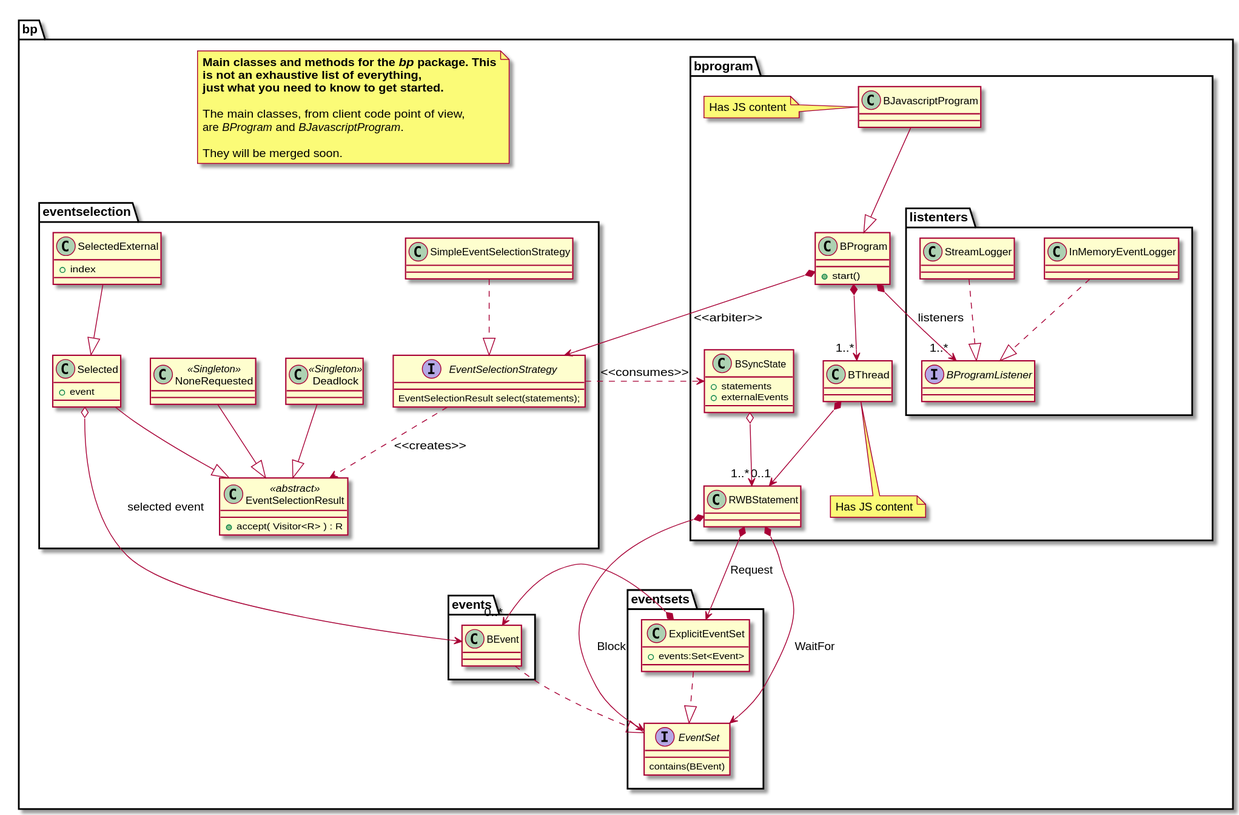
Above: BP-javascript/DOCS/classes.svg in michbarsinai/BP-javascript-search (PlantUML), before the change. Its source is kept beside it as BP-javascript/DOCS/classes.puml.
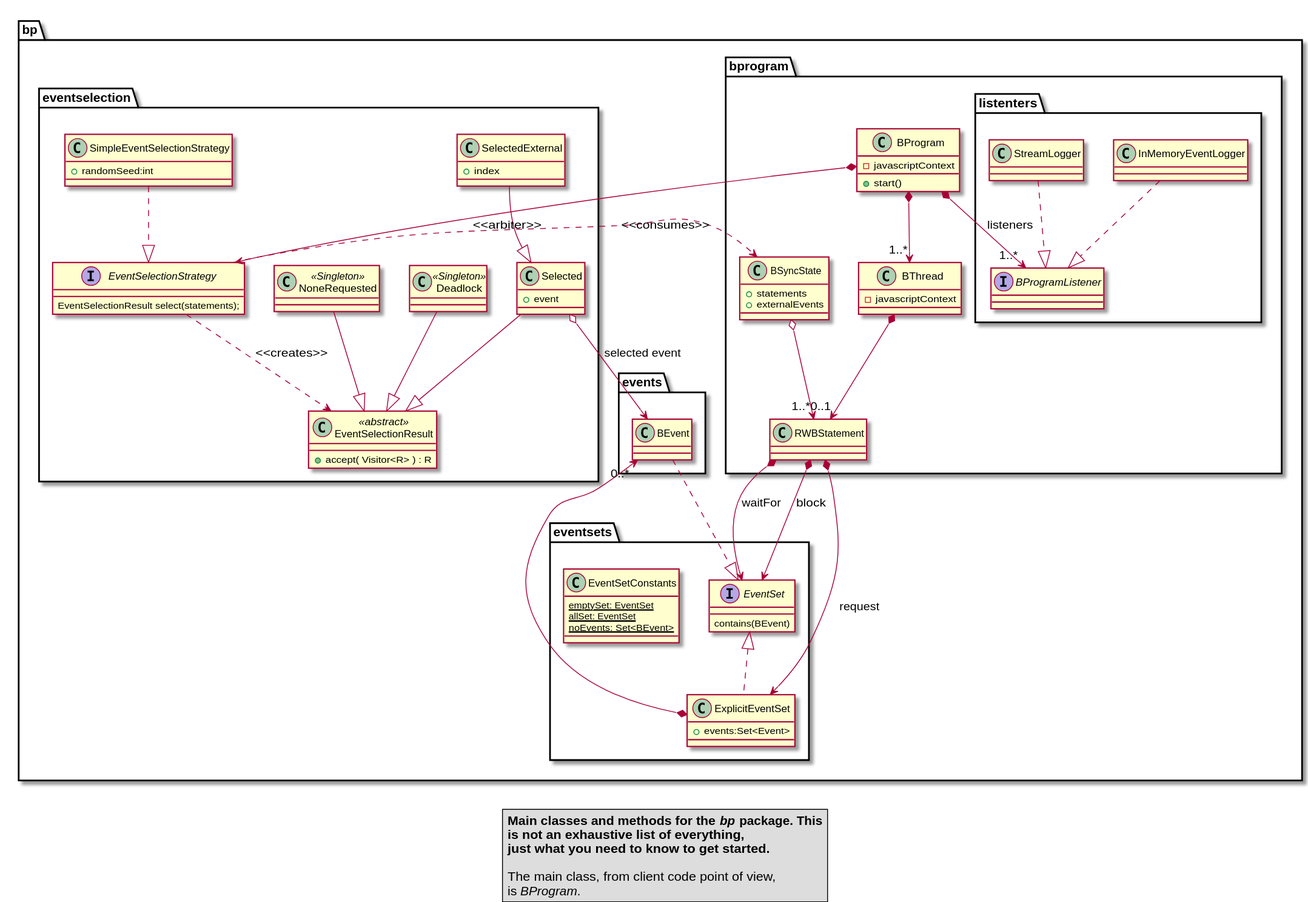
After the commit.

Commit message:
Unified BJavascriptProgram and BProgram

Diff of the diagram source:
```diff
@@ -1,26 +1,24 @@
 @startuml
 package bp {
 
-note as N1
+legend bottom
 <b>Main classes and methods for the <i>bp</i> package. This</b>
 <b>is not an exhaustive list of everything,</b>
 <b>just what you need to know to get started.</b>
 
-The main classes, from client code point of view,
-are <i>BProgram</i> and <i>BJavascriptProgram</i>.
-
-They will be merged soon.
-end note
+The main class, from client code point of view,
+is <i>BProgram</i>.
+endlegend
 
 package bprogram {
   class BProgram {
+    - javascriptContext
     + start()
   }
-  class BJavascriptProgram
-  note left: Has JS content
 
-  class BThread
-  note bottom: Has JS content
+  class BThread {
+    - javascriptContext
+  }
 
   class BSyncState {
     + statements
@@ -55,7 +53,13 @@
     + events:Set<Event>
   }
 
-  ExplicitEventSet ..|> EventSet
+  class EventSetConstants {
+    {static} emptySet: EventSet
+    {static} allSet: EventSet
+    {static} noEvents: Set<BEvent>
+  }
+
+  ExplicitEventSet .up.|> EventSet
   ExplicitEventSet *--> "0..*" BEvent
 }
 
@@ -64,7 +68,9 @@
     EventSelectionResult select(statements);
   }
 
-  class SimpleEventSelectionStrategy
+  class SimpleEventSelectionStrategy {
+    + randomSeed:int
+  }
   class Selected {
     + event
   }
@@ -91,11 +97,10 @@
 }
 
 BProgram *--> EventSelectionStrategy: <<arbiter>>
-BJavascriptProgram --|> BProgram
 BEvent ..|> EventSet
-RWBStatement *--> EventSet: WaitFor
-RWBStatement *--> EventSet: Block
-RWBStatement *--> ExplicitEventSet: Request
+RWBStatement *--> EventSet: waitFor
+RWBStatement *--> EventSet: block
+RWBStatement *--> ExplicitEventSet: request
 Selected o-->BEvent : selected event
 }
 @enduml
```
